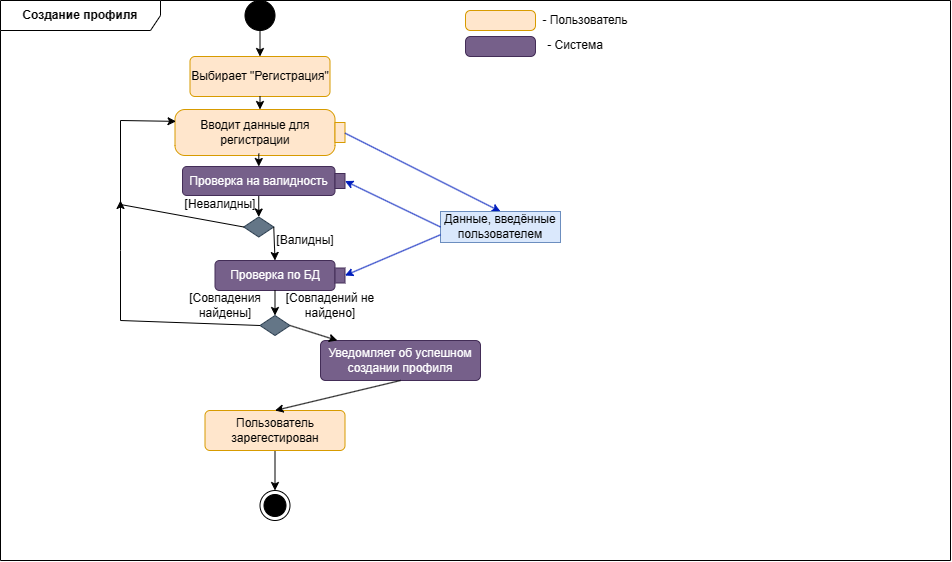
Reem-Almasri/Freelancer-SPM keeps this draw.io diagram as activity_diagrams/Profile_Creating.drawio.png. Above is the earlier version. Source tidied: cells renumbered, new cells last; positions are measured from the earlier drawing's top-left corner, leaving out a move shared by most shapes.
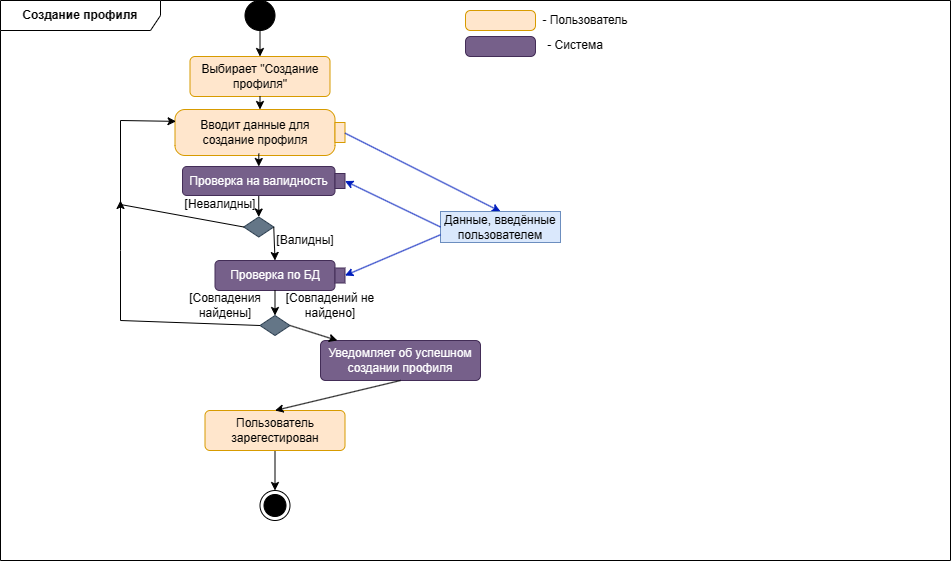
The same diagram one commit later.

Diff of the diagram source:
```diff
@@ -11,7 +11,7 @@
     <mxCell id="4" style="ellipse;html=1;shape=endState;fillColor=strokeColor;" parent="2" vertex="1">
       <mxGeometry x="259.5" y="490" width="30" height="30" as="geometry" />
     </mxCell>
-    <mxCell id="5" value="Вводит данные для регистрации" style="shape=mxgraph.uml25.action;html=1;align=center;verticalAlign=middle;absoluteArcSize=1;arcSize=10;dashed=0;spacingRight=10;whiteSpace=wrap;fillColor=#ffe6cc;strokeColor=#d79b00;" parent="2" vertex="1">
+    <mxCell id="5" value="Вводит данные для создание профиля" style="shape=mxgraph.uml25.action;html=1;align=center;verticalAlign=middle;absoluteArcSize=1;arcSize=10;dashed=0;spacingRight=10;whiteSpace=wrap;fillColor=#ffe6cc;strokeColor=#d79b00;" parent="2" vertex="1">
       <mxGeometry x="174.5" y="109" width="170" height="46" as="geometry" />
     </mxCell>
     <mxCell id="6" style="endArrow=classic;html=1;rounded=0;exitX=1;exitY=0.514;exitDx=0;exitDy=0;exitPerimeter=0;fillColor=#0050ef;strokeColor=#001DBC;entryX=0.5;entryY=0;entryDx=0;entryDy=0;" parent="2" edge="1" source="5" target="16">
@@ -23,7 +23,7 @@
     <mxCell id="8" value="[Валидны]" style="text;html=1;strokeColor=none;fillColor=none;align=center;verticalAlign=middle;whiteSpace=wrap;rounded=0;" parent="2" vertex="1">
       <mxGeometry x="274.5" y="225" width="60" height="30" as="geometry" />
     </mxCell>
-    <mxCell id="9" value="Выбирает &quot;Регистрация&quot;" style="html=1;align=center;verticalAlign=middle;rounded=1;absoluteArcSize=1;arcSize=10;dashed=0;whiteSpace=wrap;fillColor=#ffe6cc;strokeColor=#d79b00;" parent="2" vertex="1">
+    <mxCell id="9" value="Выбирает &quot;Создание профиля&quot;" style="html=1;align=center;verticalAlign=middle;rounded=1;absoluteArcSize=1;arcSize=10;dashed=0;whiteSpace=wrap;fillColor=#ffe6cc;strokeColor=#d79b00;" parent="2" vertex="1">
       <mxGeometry x="189.5" y="56" width="140" height="40" as="geometry" />
     </mxCell>
     <mxCell id="10" style="endArrow=classic;html=1;rounded=0;exitX=0.5;exitY=1;exitDx=0;exitDy=0;" parent="2" edge="1" source="9" target="5">
```
